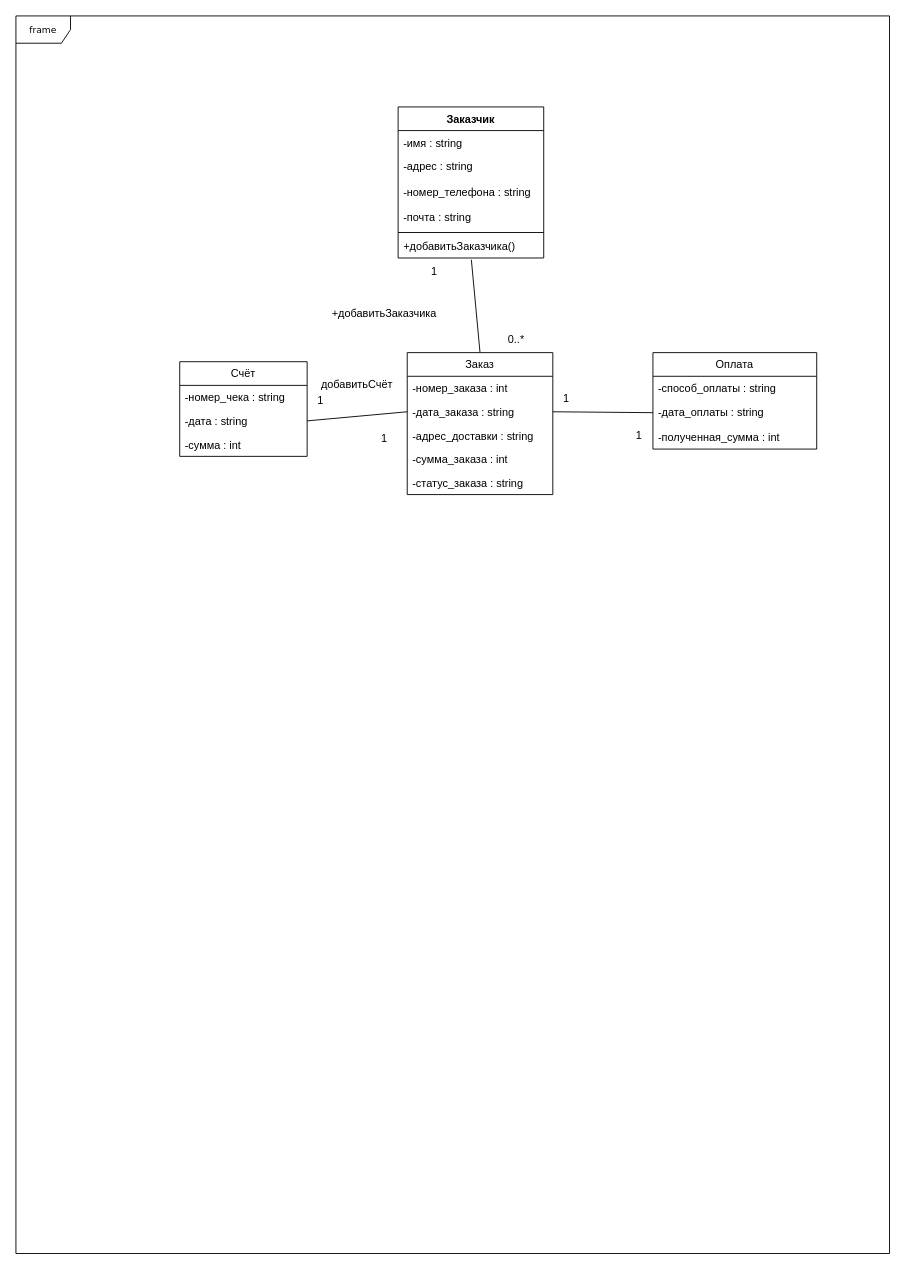
Earlier version of the draw.io diagram Диаграмма без названия.drawio (Involuntar/Test). Source tidied: cells renumbered, new cells numbered last; positions are measured from the earlier drawing's top-left corner, leaving out a move shared by most shapes. Both pictures are drawn from the tidied source at 91%, with x=0, y=0 at pixel (15, 15).
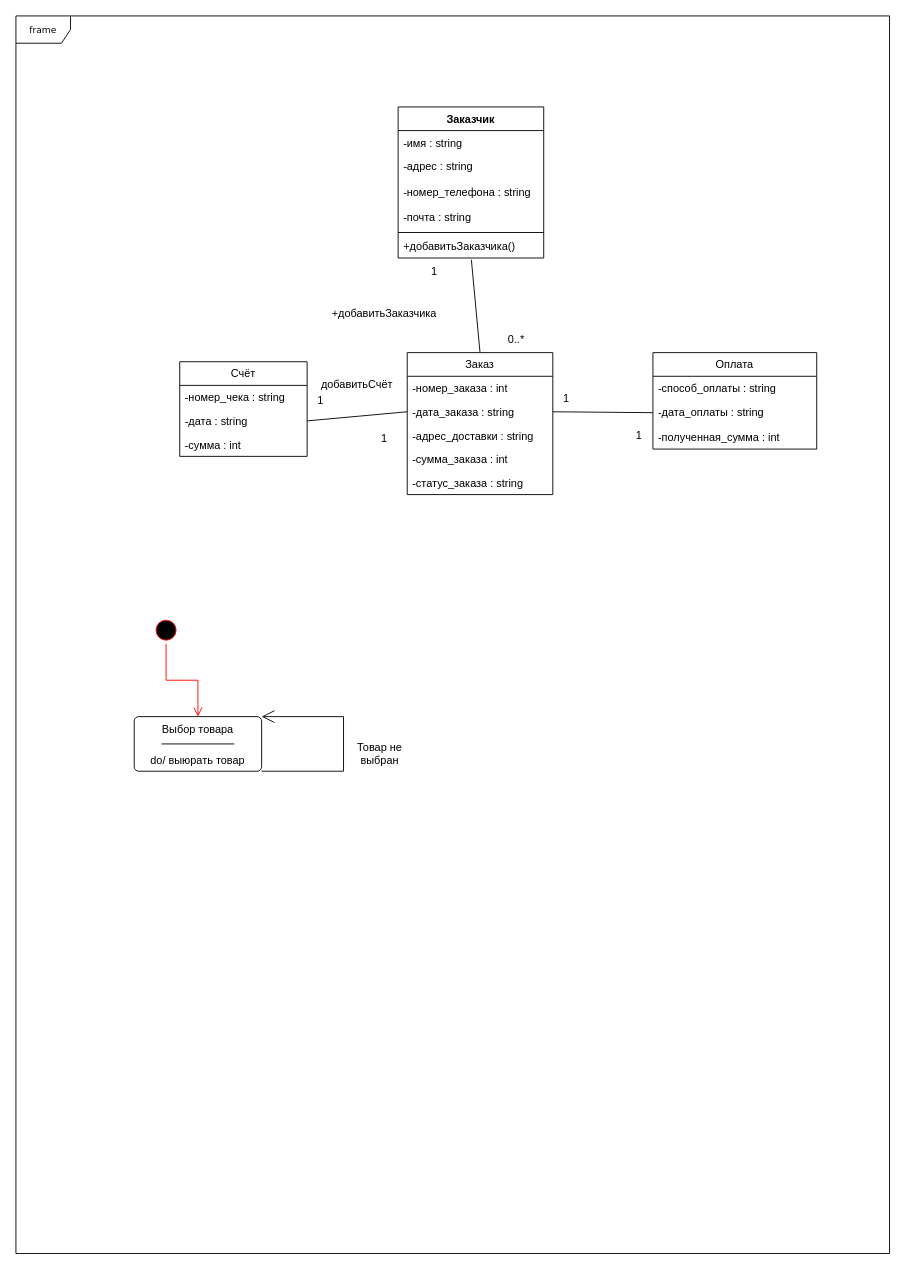
Above is the later version.

Diff of the diagram source:
```diff
@@
+    <mxCell id="35" style="ellipse;html=1;shape=startState;fillColor=#000000;strokeColor=#ff0000;" parent="1" vertex="1">
+      <mxGeometry x="150" y="660" width="30" height="30" as="geometry" />
+    </mxCell>
+    <mxCell id="36" style="edgeStyle=orthogonalEdgeStyle;html=1;verticalAlign=bottom;endArrow=open;endSize=8;strokeColor=#ff0000;rounded=0;entryX=0.5;entryY=0;entryDx=0;entryDy=0;" parent="1" edge="1" source="35" target="37">
+      <mxGeometry relative="1" as="geometry" />
+    </mxCell>
+    <mxCell id="37" value="Выбор товара" style="html=1;align=center;verticalAlign=top;rounded=1;absoluteArcSize=1;arcSize=10;dashed=0;whiteSpace=wrap;" parent="1" vertex="1">
+      <mxGeometry x="130" y="770" width="140" height="60" as="geometry" />
+    </mxCell>
+    <mxCell id="38" style="line;strokeWidth=1;fillColor=none;align=left;verticalAlign=middle;spacingTop=-1;spacingLeft=3;spacingRight=3;labelPosition=right;strokeColor=inherit;" parent="1" vertex="1">
+      <mxGeometry x="160" y="796" width="80" height="8" as="geometry" />
+    </mxCell>
+    <mxCell id="39" value="do/ выюрать товар" style="text;html=1;strokeColor=none;fillColor=none;align=center;verticalAlign=middle;whiteSpace=wrap;rounded=0;" parent="1" vertex="1">
+      <mxGeometry x="140" y="804" width="120" height="30" as="geometry" />
+    </mxCell>
+    <mxCell id="40" style="endArrow=open;endFill=1;endSize=12;html=1;rounded=0;entryX=1;entryY=0;entryDx=0;entryDy=0;exitX=1;exitY=1;exitDx=0;exitDy=0;" parent="1" edge="1" source="37" target="37">
+      <mxGeometry relative="1" as="geometry">
+        <Array as="points">
+          <mxPoint x="360" y="830" />
+          <mxPoint x="360" y="770" />
+        </Array>
+      </mxGeometry>
+    </mxCell>
+    <mxCell id="41" value="Товар не выбран" style="text;html=1;strokeColor=none;fillColor=none;align=center;verticalAlign=middle;whiteSpace=wrap;rounded=0;" parent="1" vertex="1">
+      <mxGeometry x="370" y="796" width="60" height="30" as="geometry" />
+    </mxCell>
```
